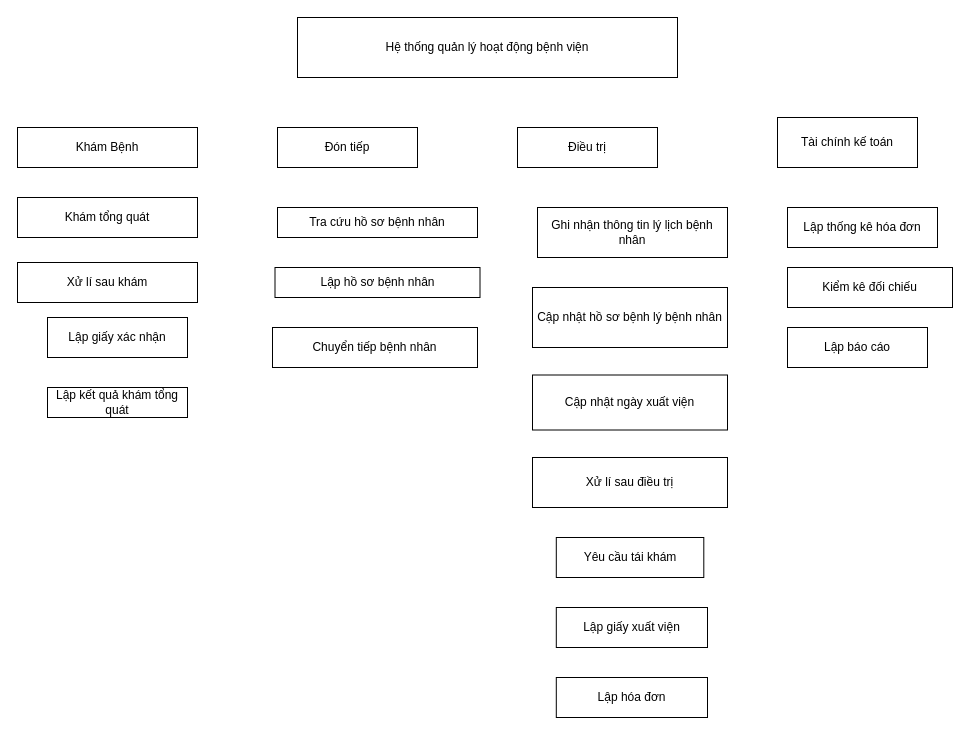
Above: PhanRaChucNang.drawio in Nhatran241/HTTT (draw.io), before the change. Source tidied: cells renumbered, new cells numbered last; positions are measured from the earlier drawing's top-left corner, leaving out a move shared by most shapes. Both pictures are drawn from the tidied source at 100%, with x=0, y=0 at pixel (17, 17).
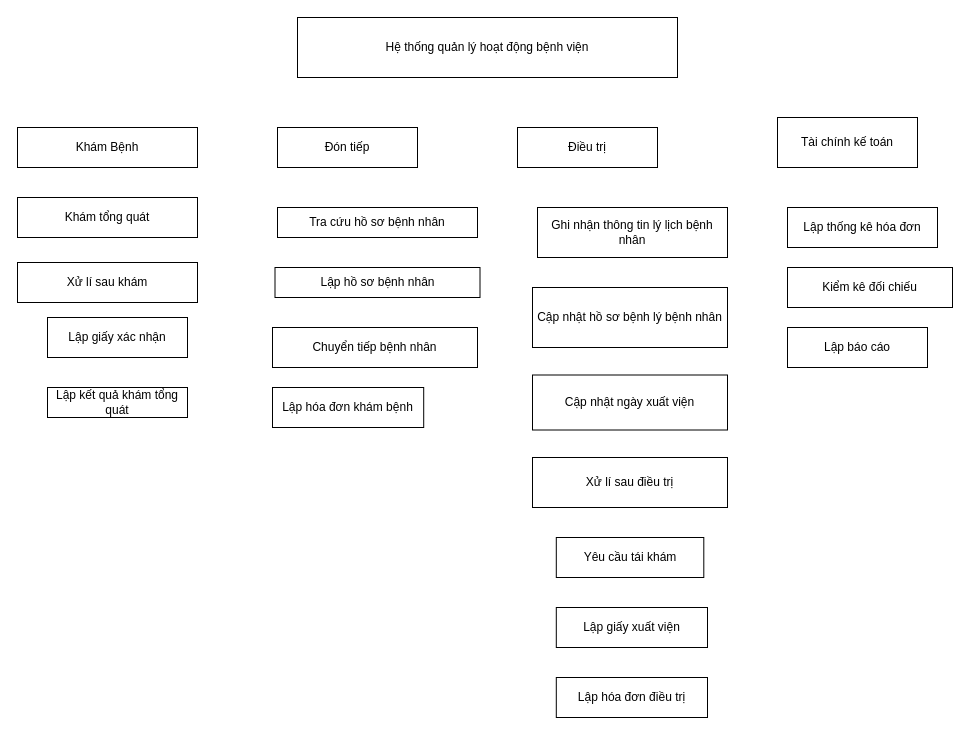
Above is the later version.

What changed in the source:
```diff
@@
-    <mxCell id="19" value="Lập hóa đơn" style="rounded=0;whiteSpace=wrap;html=1;" parent="1" vertex="1">
+    <mxCell id="19" value="Lập hóa đơn điều trị" style="rounded=0;whiteSpace=wrap;html=1;" parent="1" vertex="1">
       <mxGeometry x="538.8" y="660" width="151.2" height="40" as="geometry" />
     </mxCell>
@@
+    <mxCell id="24" value="Lập hóa đơn khám bệnh" style="rounded=0;whiteSpace=wrap;html=1;" parent="1" vertex="1">
+      <mxGeometry x="255" y="370" width="151.2" height="40" as="geometry" />
+    </mxCell>
```
